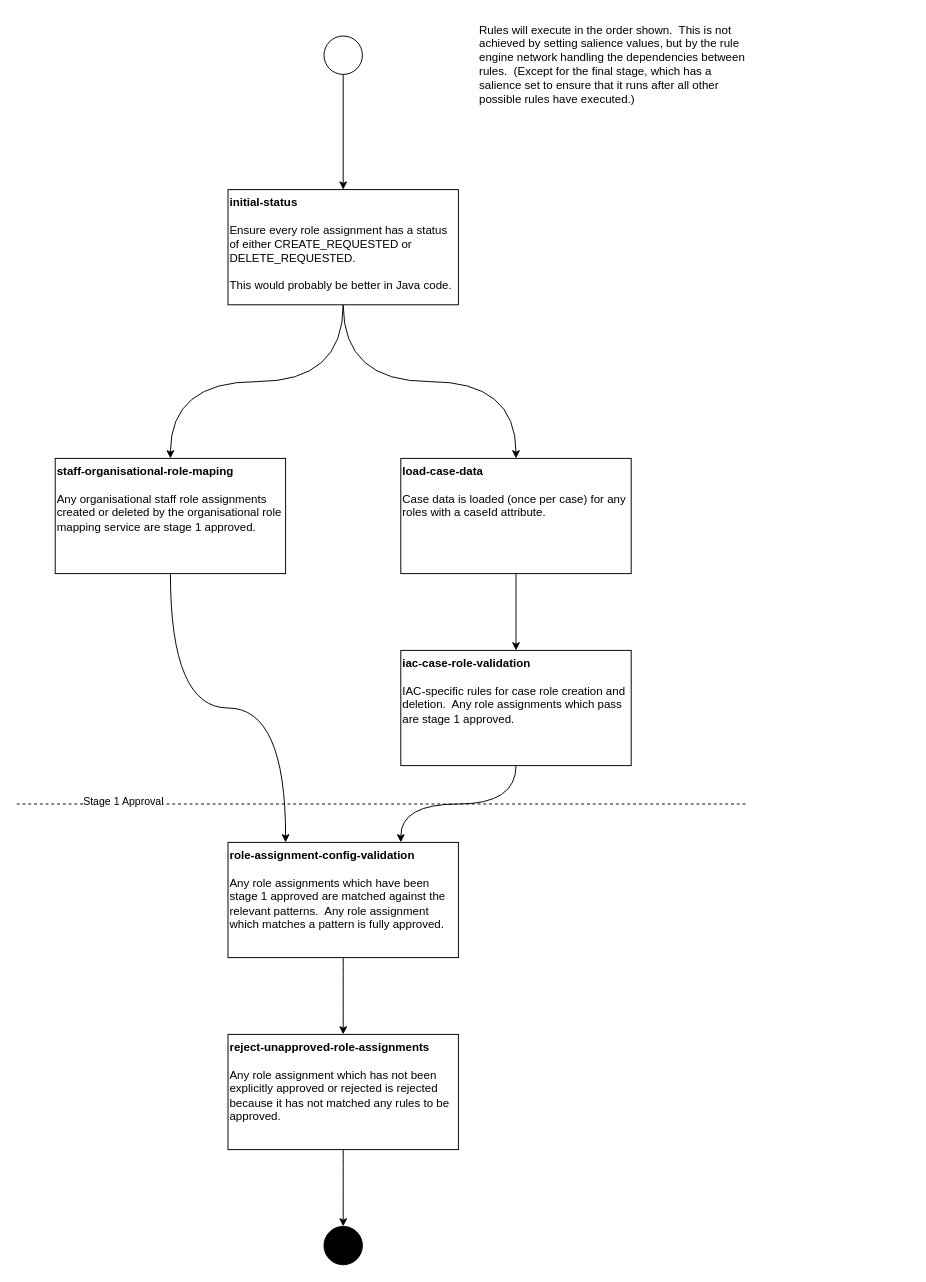
Earlier version of the draw.io diagram page "Page-2" (2 of 2) of src/main/resources/validationrules/rules.drawio (hmcts/am-role-assignment-service). Source tidied: cells renumbered, new cells numbered last; positions are measured from the earlier drawing's top-left corner, leaving out a move shared by most shapes. Both pictures are drawn from the tidied source at 96%, with x=0, y=0 at pixel (16, 16).
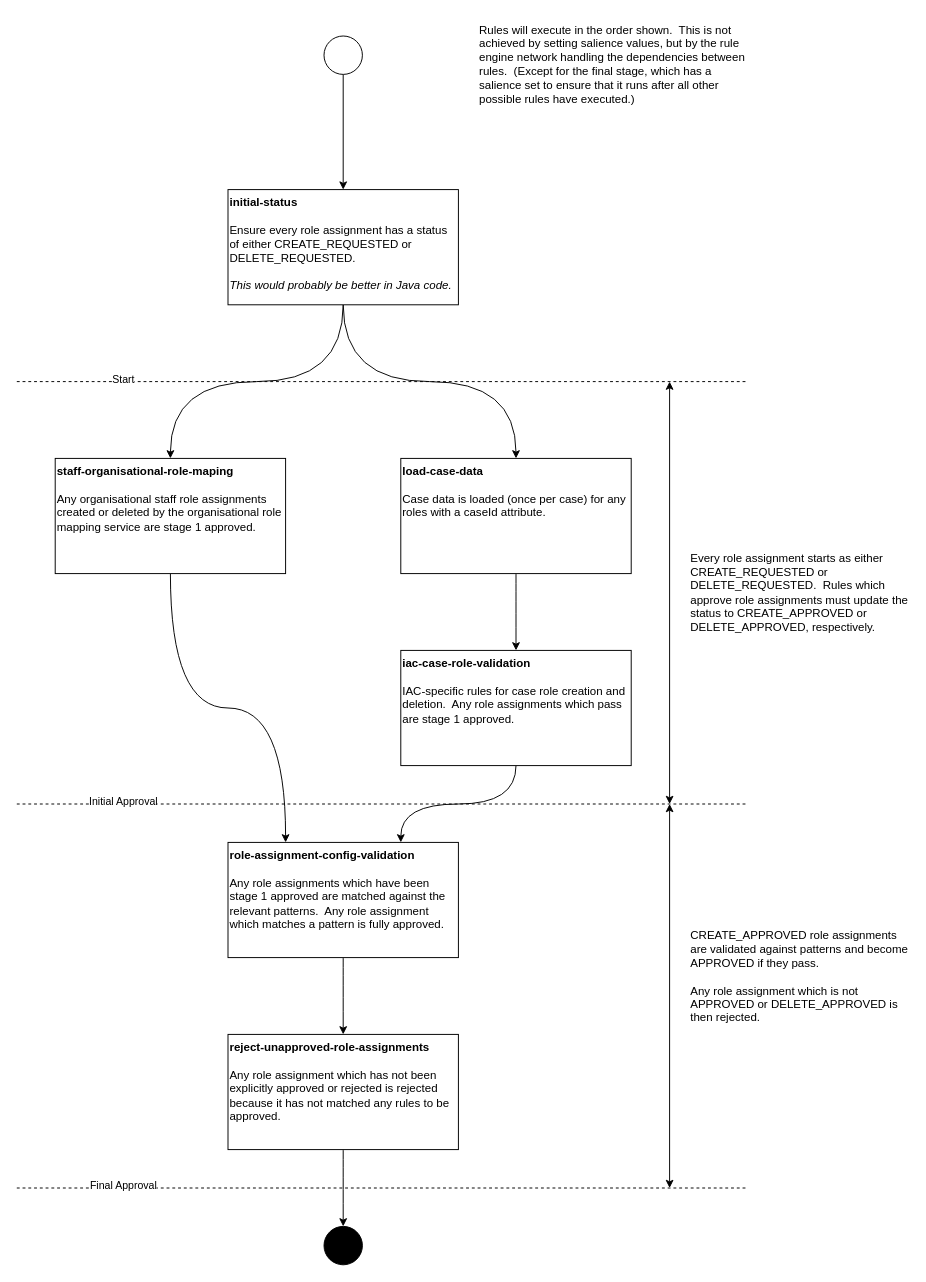
Above is the later version.

Commit message (it also covers changes not shown here):
Update rules structure diagram.

The change refers to these unchanged cells:
```xml
<mxCell id="17" style="endArrow=none;dashed=1;html=1;" parent="1" edge="1">
  <mxGeometry relative="1" as="geometry">
    <mxPoint y="820" as="sourcePoint" />
    <mxPoint x="760" y="820" as="targetPoint" />
  </mxGeometry>
</mxCell>
```

The edit, as a diff of the source:
```diff
@@
-    <mxCell id="18" value="Stage 1 Approval" style="edgeLabel;html=1;align=center;verticalAlign=middle;" parent="17" vertex="1">
+    <mxCell id="18" value="Initial Approval" style="edgeLabel;html=1;align=center;verticalAlign=middle;" parent="17" vertex="1">
       <mxGeometry x="-0.71" y="3" relative="1" as="geometry" />
     </mxCell>
@@
-    <mxCell id="20" value="&lt;b&gt;initial-status&lt;/b&gt;&lt;br&gt;&lt;br&gt;Ensure every role assignment has a status of either CREATE_REQUESTED or DELETE_REQUESTED.&lt;br&gt;&lt;br&gt;This would probably be better in Java code." style="rounded=0;whiteSpace=wrap;html=1;verticalAlign=top;align=left;" parent="1" vertex="1">
+    <mxCell id="20" value="&lt;b&gt;initial-status&lt;/b&gt;&lt;br&gt;&lt;br&gt;Ensure every role assignment has a status of either CREATE_REQUESTED or DELETE_REQUESTED.&lt;br&gt;&lt;br&gt;&lt;i&gt;This would probably be better in Java code.&lt;/i&gt;" style="rounded=0;whiteSpace=wrap;html=1;verticalAlign=top;align=left;" parent="1" vertex="1">
       <mxGeometry x="220" y="180" width="240" height="120" as="geometry" />
     </mxCell>
+    <mxCell id="21" style="endArrow=none;dashed=1;html=1;" parent="1" edge="1">
+      <mxGeometry relative="1" as="geometry">
+        <mxPoint y="380" as="sourcePoint" />
+        <mxPoint x="760" y="380" as="targetPoint" />
+      </mxGeometry>
+    </mxCell>
+    <mxCell id="22" value="Start" style="edgeLabel;html=1;align=center;verticalAlign=middle;" parent="21" vertex="1">
+      <mxGeometry x="-0.71" y="3" relative="1" as="geometry" />
+    </mxCell>
+    <mxCell id="23" style="endArrow=classic;startArrow=classic;html=1;" parent="1" edge="1">
+      <mxGeometry relative="1" as="geometry">
+        <mxPoint x="680" y="820" as="sourcePoint" />
+        <mxPoint x="680" y="380" as="targetPoint" />
+      </mxGeometry>
+    </mxCell>
+    <mxCell id="24" value="Every role assignment starts as either CREATE_REQUESTED or DELETE_REQUESTED.&amp;nbsp; Rules which approve role assignments must update the status to CREATE_APPROVED or DELETE_APPROVED, respectively." style="text;html=1;strokeColor=none;fillColor=none;align=left;verticalAlign=middle;whiteSpace=wrap;rounded=0;" parent="1" vertex="1">
+      <mxGeometry x="700" y="500" width="230" height="200" as="geometry" />
+    </mxCell>
+    <mxCell id="25" style="endArrow=classic;startArrow=classic;html=1;" parent="1" edge="1">
+      <mxGeometry relative="1" as="geometry">
+        <mxPoint x="680" y="1220" as="sourcePoint" />
+        <mxPoint x="680" y="820" as="targetPoint" />
+      </mxGeometry>
+    </mxCell>
+    <mxCell id="26" value="CREATE_APPROVED role assignments are validated against patterns and become APPROVED if they pass.&lt;br&gt;&lt;br&gt;Any role assignment which is not APPROVED or DELETE_APPROVED is then rejected." style="text;html=1;strokeColor=none;fillColor=none;align=left;verticalAlign=middle;whiteSpace=wrap;rounded=0;" parent="1" vertex="1">
+      <mxGeometry x="700" y="900" width="230" height="200" as="geometry" />
+    </mxCell>
+    <mxCell id="27" style="endArrow=none;dashed=1;html=1;" parent="1" edge="1">
+      <mxGeometry relative="1" as="geometry">
+        <mxPoint y="1220" as="sourcePoint" />
+        <mxPoint x="760" y="1220" as="targetPoint" />
+      </mxGeometry>
+    </mxCell>
+    <mxCell id="28" value="Final Approval" style="edgeLabel;html=1;align=center;verticalAlign=middle;" parent="27" vertex="1">
+      <mxGeometry x="-0.71" y="3" relative="1" as="geometry" />
+    </mxCell>
```
